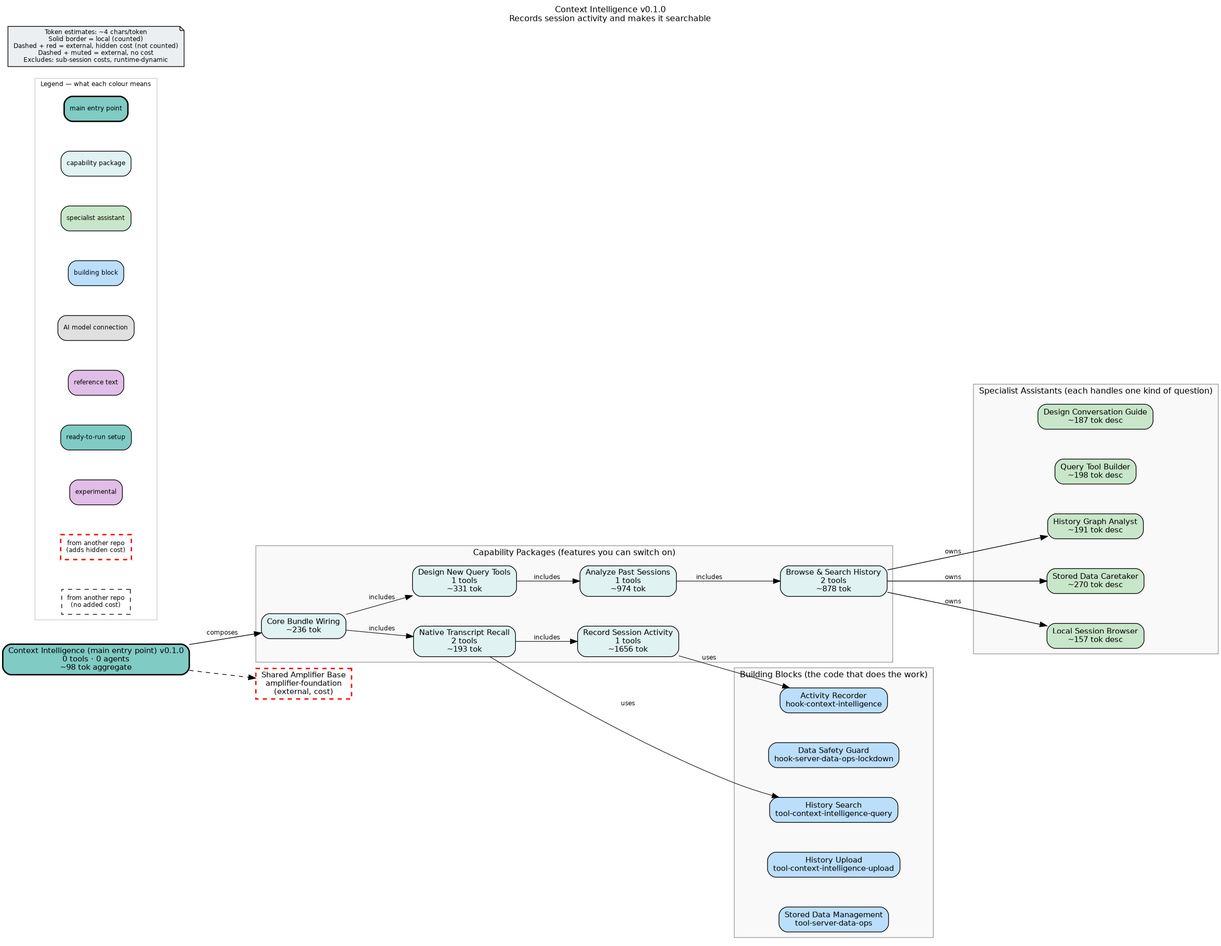
bkrabach/amplifier-bundle-context-intelligence keeps this Graphviz diagram as bundle.png. Above is the earlier version. Its source is kept beside it as bundle.dot.
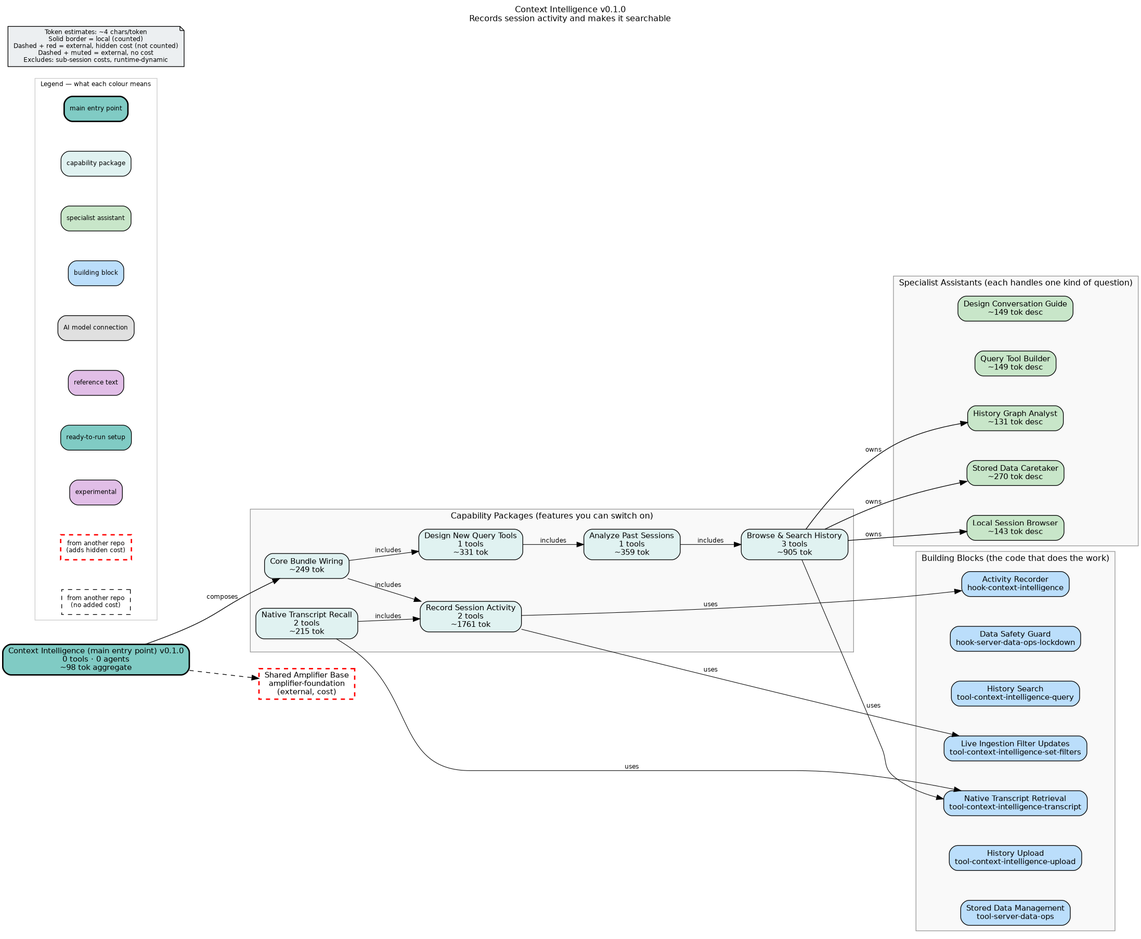
The same diagram one commit later.

Diff of the diagram source:
```diff
@@ -8,7 +8,7 @@
     nodesep=0.6
     ranksep=0.7
     bgcolor="white"
-    source_hash="c299ffda23b689e90df0615f9f5aa5a9cd11b4419f0688070fafd58b00f5a670"
+    source_hash="22df839a3f01c6690ee7bbe3d3ee1e24930998da3b5fd81d15e635539722bb16"
 
     node [fontname="Helvetica", fontsize=11, style="filled,rounded"]
     edge [fontname="Helvetica", fontsize=9]
@@ -21,12 +21,12 @@
         fillcolor="#f9f9f9"
         color="#999999"
 
-        beh_context_intelligence_analysis_behavior [label="Analyze Past Sessions\n1 tools\n~974 tok", shape=box, fillcolor="#e0f2f1", style="filled,rounded"]
+        beh_context_intelligence_analysis_behavior [label="Analyze Past Sessions\n1 tools\n~359 tok", shape=box, fillcolor="#e0f2f1", style="filled,rounded"]
         beh_context_intelligence_design_behavior [label="Design New Query Tools\n1 tools\n~331 tok", shape=box, fillcolor="#e0f2f1", style="filled,rounded"]
-        beh_context_intelligence_logging_behavior [label="Record Session Activity\n1 tools\n~1656 tok", shape=box, fillcolor="#e0f2f1", style="filled,rounded"]
-        beh_context_intelligence_navigation_behavior [label="Browse & Search History\n2 tools\n~878 tok", shape=box, fillcolor="#e0f2f1", style="filled,rounded"]
-        beh_context_intelligence_transcript_behavior [label="Native Transcript Recall\n2 tools\n~193 tok", shape=box, fillcolor="#e0f2f1", style="filled,rounded"]
-        beh_context_intelligence_behavior [label="Core Bundle Wiring\n~236 tok", shape=box, fillcolor="#e0f2f1", style="filled,rounded"]
+        beh_context_intelligence_logging_behavior [label="Record Session Activity\n2 tools\n~1761 tok", shape=box, fillcolor="#e0f2f1", style="filled,rounded"]
+        beh_context_intelligence_navigation_behavior [label="Browse & Search History\n3 tools\n~905 tok", shape=box, fillcolor="#e0f2f1", style="filled,rounded"]
+        beh_context_intelligence_transcript_behavior [label="Native Transcript Recall\n2 tools\n~215 tok", shape=box, fillcolor="#e0f2f1", style="filled,rounded"]
+        beh_context_intelligence_behavior [label="Core Bundle Wiring\n~249 tok", shape=box, fillcolor="#e0f2f1", style="filled,rounded"]
     }
 
     subgraph cluster_agents {
@@ -35,11 +35,11 @@
         fillcolor="#f9f9f9"
         color="#999999"
 
-        agt_context_intelligence_design_facilitator [label="Design Conversation Guide\n~187 tok desc", shape=box, fillcolor="#c8e6c9", style="filled,rounded"]
-        agt_context_intelligence_tool_designer [label="Query Tool Builder\n~198 tok desc", shape=box, fillcolor="#c8e6c9", style="filled,rounded"]
-        agt_graph_analyst [label="History Graph Analyst\n~191 tok desc", shape=box, fillcolor="#c8e6c9", style="filled,rounded"]
+        agt_context_intelligence_design_facilitator [label="Design Conversation Guide\n~149 tok desc", shape=box, fillcolor="#c8e6c9", style="filled,rounded"]
+        agt_context_intelligence_tool_designer [label="Query Tool Builder\n~149 tok desc", shape=box, fillcolor="#c8e6c9", style="filled,rounded"]
+        agt_graph_analyst [label="History Graph Analyst\n~131 tok desc", shape=box, fillcolor="#c8e6c9", style="filled,rounded"]
         agt_server_data_ops [label="Stored Data Caretaker\n~270 tok desc", shape=box, fillcolor="#c8e6c9", style="filled,rounded"]
-        agt_session_navigator [label="Local Session Browser\n~157 tok desc", shape=box, fillcolor="#c8e6c9", style="filled,rounded"]
+        agt_session_navigator [label="Local Session Browser\n~143 tok desc", shape=box, fillcolor="#c8e6c9", style="filled,rounded"]
     }
 
     subgraph cluster_modules {
@@ -51,6 +51,8 @@
         mod_hook_context_intelligence [label="Activity Recorder\nhook-context-intelligence", shape=box, fillcolor="#bbdefb", style="filled,rounded"]
         mod_hook_server_data_ops_lockdown [label="Data Safety Guard\nhook-server-data-ops-lockdown", shape=box, fillcolor="#bbdefb", style="filled,rounded"]
         mod_tool_context_intelligence_query [label="History Search\ntool-context-intelligence-query", shape=box, fillcolor="#bbdefb", style="filled,rounded"]
+        mod_tool_context_intelligence_set_filters [label="Live Ingestion Filter Updates\ntool-context-intelligence-set-filters", shape=box, fillcolor="#bbdefb", style="filled,rounded"]
+        mod_tool_context_intelligence_transcript [label="Native Transcript Retrieval\ntool-context-intelligence-transcript", shape=box, fillcolor="#bbdefb", style="filled,rounded"]
         mod_tool_context_intelligence_upload [label="History Upload\ntool-context-intelligence-upload", shape=box, fillcolor="#bbdefb", style="filled,rounded"]
         mod_tool_server_data_ops [label="Stored Data Management\ntool-server-data-ops", shape=box, fillcolor="#bbdefb", style="filled,rounded"]
     }
@@ -81,13 +83,15 @@
     root_context_intelligence -> ext_githttps___github_com_microsoft_amplifier_foundation_main [style=dashed]
     root_context_intelligence -> beh_context_intelligence_behavior [label="composes"]
     beh_context_intelligence_behavior -> beh_context_intelligence_design_behavior [label="includes", penwidth=0.8]
-    beh_context_intelligence_behavior -> beh_context_intelligence_transcript_behavior [label="includes", penwidth=0.8]
+    beh_context_intelligence_behavior -> beh_context_intelligence_logging_behavior [label="includes", penwidth=0.8]
     beh_context_intelligence_design_behavior -> beh_context_intelligence_analysis_behavior [label="includes", penwidth=0.8]
     beh_context_intelligence_analysis_behavior -> beh_context_intelligence_navigation_behavior [label="includes", penwidth=0.8]
+    beh_context_intelligence_logging_behavior -> mod_tool_context_intelligence_set_filters [label="uses", penwidth=0.8]
     beh_context_intelligence_logging_behavior -> mod_hook_context_intelligence [label="uses", penwidth=0.8]
     beh_context_intelligence_navigation_behavior -> agt_graph_analyst [label="owns"]
     beh_context_intelligence_navigation_behavior -> agt_session_navigator [label="owns"]
     beh_context_intelligence_navigation_behavior -> agt_server_data_ops [label="owns"]
+    beh_context_intelligence_navigation_behavior -> mod_tool_context_intelligence_transcript [label="uses", penwidth=0.8]
     beh_context_intelligence_transcript_behavior -> beh_context_intelligence_logging_behavior [label="includes", penwidth=0.8]
-    beh_context_intelligence_transcript_behavior -> mod_tool_context_intelligence_query [label="uses", penwidth=0.8]
+    beh_context_intelligence_transcript_behavior -> mod_tool_context_intelligence_transcript [label="uses", penwidth=0.8]
 }
```
